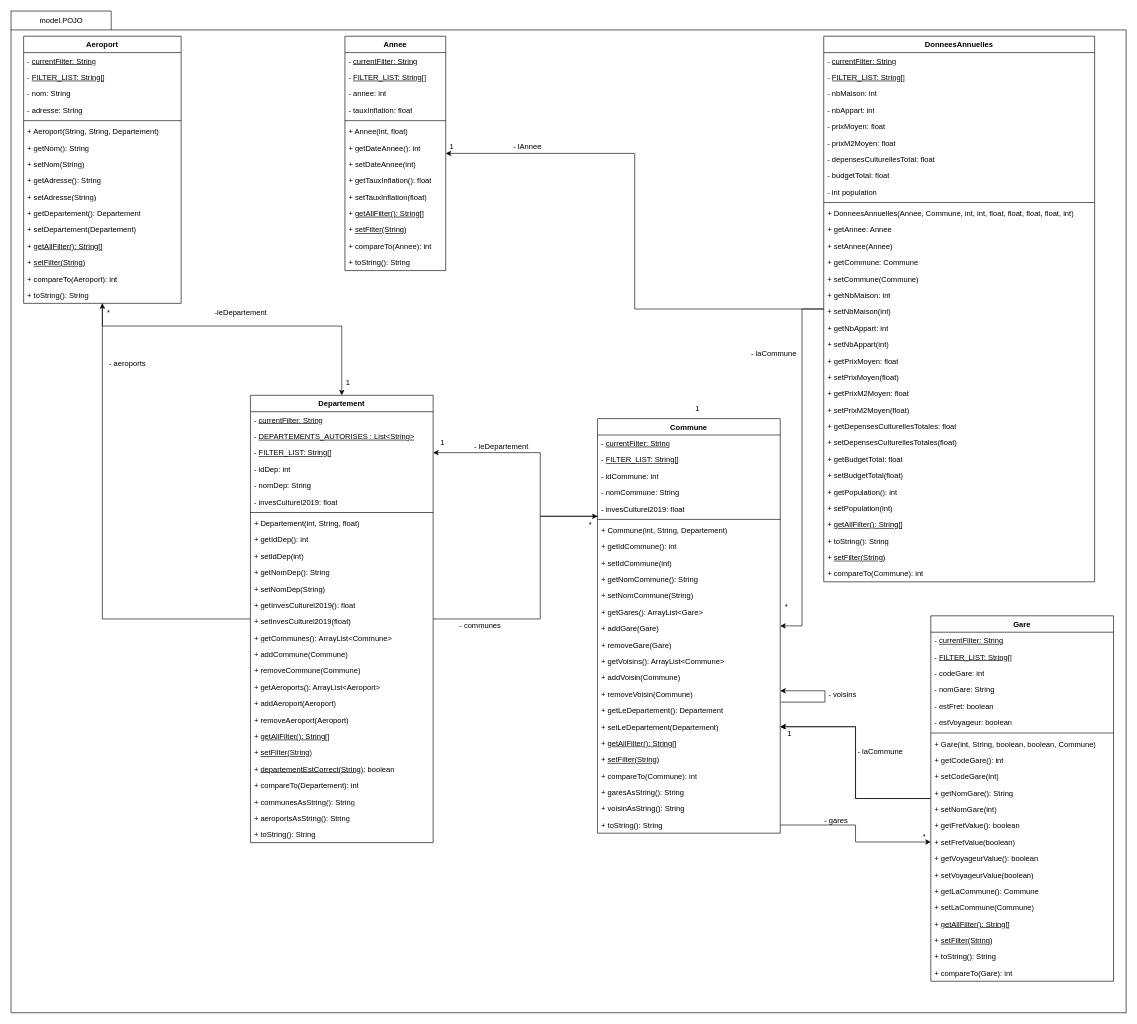
The draw.io diagram Java/UML/Diagramme de classe.drawio in xotakfr/communes-bretonnes, before the edit. Source tidied: cells renumbered, new cells numbered last; positions are measured from the earlier drawing's top-left corner, leaving out a move shared by most shapes. Both pictures are drawn from the tidied source at 63%, with x=0, y=0 at pixel (11, 11).
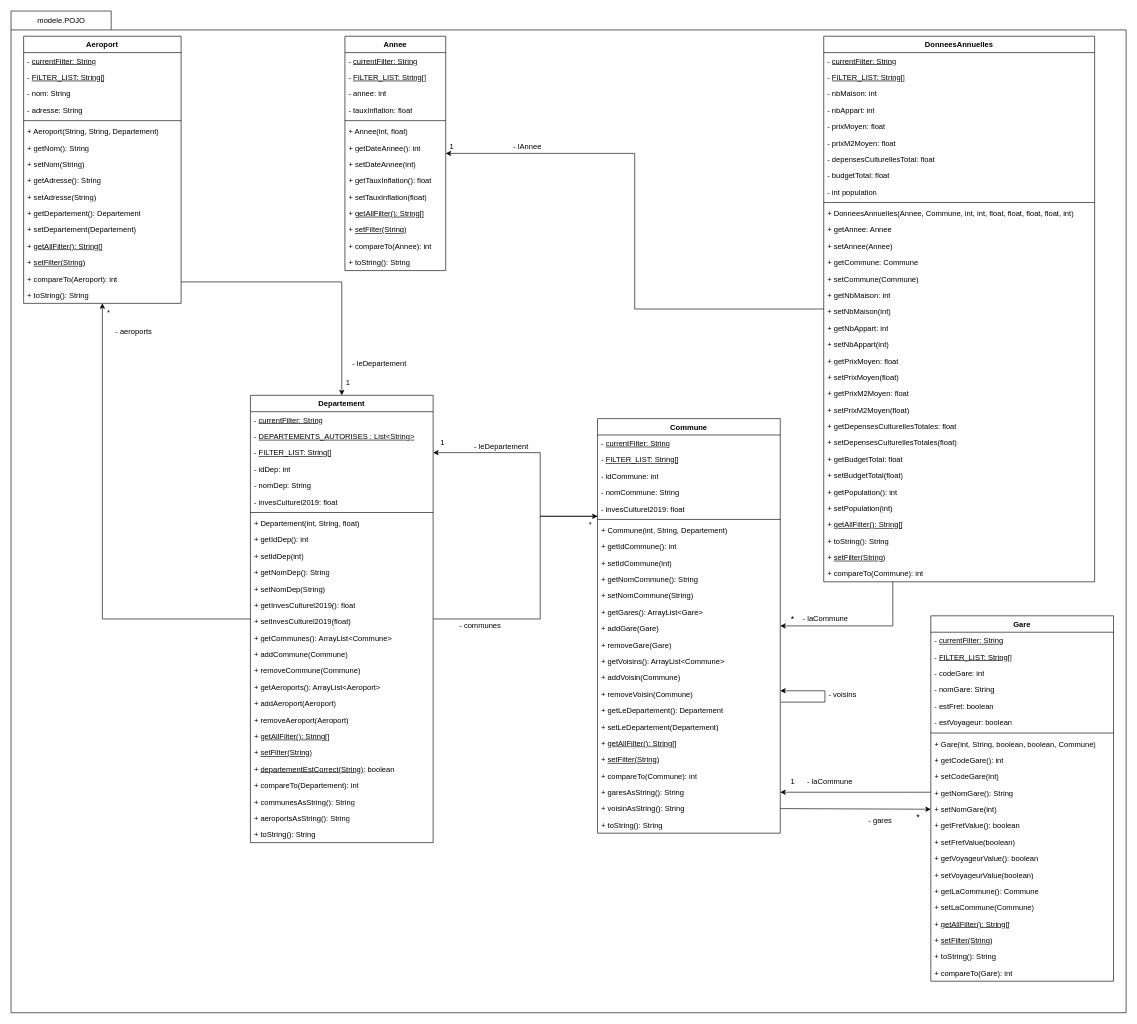
Above is the later version.

Unchanged cells that the change refers to:
```xml
<mxCell id="4" value="Aeroport" style="swimlane;fontStyle=1;align=center;verticalAlign=top;horizontal=1;startSize=26;whiteSpace=wrap;html=1;" parent="1" vertex="1">
  <mxGeometry x="20" y="40" width="250" height="424" as="geometry" />
</mxCell>
<mxCell id="38" value="Departement" style="swimlane;fontStyle=1;align=center;verticalAlign=top;horizontal=1;startSize=26;whiteSpace=wrap;html=1;" parent="1" vertex="1">
  <mxGeometry x="380" y="610" width="290" height="710" as="geometry" />
</mxCell>
<mxCell id="72" value="Gare" style="swimlane;fontStyle=1;align=center;verticalAlign=top;horizontal=1;startSize=26;whiteSpace=wrap;html=1;" parent="1" vertex="1">
  <mxGeometry x="1460" y="960" width="290" height="580" as="geometry" />
</mxCell>
<mxCell id="84" value="+ setNomGare(int)" style="text;strokeColor=none;fillColor=none;align=left;verticalAlign=top;spacingLeft=4;spacingRight=4;overflow=hidden;points=[[0,0.5],[1,0.5]];portConstraint=eastwest;whiteSpace=wrap;html=1;" parent="72" vertex="1">
  <mxGeometry y="294" width="290" height="26" as="geometry" />
</mxCell>
<mxCell id="86" value="+ setFretValue(boolean)" style="text;strokeColor=none;fillColor=none;align=left;verticalAlign=top;spacingLeft=4;spacingRight=4;overflow=hidden;points=[[0,0.5],[1,0.5]];portConstraint=eastwest;whiteSpace=wrap;html=1;" parent="72" vertex="1">
  <mxGeometry y="346" width="290" height="26" as="geometry" />
</mxCell>
<mxCell id="95" value="Commune" style="swimlane;fontStyle=1;align=center;verticalAlign=top;horizontal=1;startSize=26;whiteSpace=wrap;html=1;" parent="1" vertex="1">
  <mxGeometry x="931" y="647" width="290" height="658" as="geometry" />
</mxCell>
<mxCell id="114" value="+ setLeDepartement(Departement)" style="text;strokeColor=none;fillColor=none;align=left;verticalAlign=top;spacingLeft=4;spacingRight=4;overflow=hidden;points=[[0,0.5],[1,0.5]];portConstraint=eastwest;whiteSpace=wrap;html=1;" parent="95" vertex="1">
  <mxGeometry y="476" width="290" height="26" as="geometry" />
</mxCell>
<mxCell id="118" value="+ garesAsString(): String" style="text;strokeColor=none;fillColor=none;align=left;verticalAlign=top;spacingLeft=4;spacingRight=4;overflow=hidden;points=[[0,0.5],[1,0.5]];portConstraint=eastwest;whiteSpace=wrap;html=1;" parent="95" vertex="1">
  <mxGeometry y="580" width="290" height="26" as="geometry" />
</mxCell>
<mxCell id="119" value="+ voisinAsString(): String" style="text;strokeColor=none;fillColor=none;align=left;verticalAlign=top;spacingLeft=4;spacingRight=4;overflow=hidden;points=[[0,0.5],[1,0.5]];portConstraint=eastwest;whiteSpace=wrap;html=1;" parent="95" vertex="1">
  <mxGeometry y="606" width="290" height="26" as="geometry" />
</mxCell>
<mxCell id="120" value="+ toString(): String" style="text;strokeColor=none;fillColor=none;align=left;verticalAlign=top;spacingLeft=4;spacingRight=4;overflow=hidden;points=[[0,0.5],[1,0.5]];portConstraint=eastwest;whiteSpace=wrap;html=1;" parent="95" vertex="1">
  <mxGeometry y="632" width="290" height="26" as="geometry" />
</mxCell>
<mxCell id="135" value="DonneesAnnuelles" style="swimlane;fontStyle=1;align=center;verticalAlign=top;horizontal=1;startSize=26;whiteSpace=wrap;html=1;" parent="1" vertex="1">
  <mxGeometry x="1290" y="40" width="430" height="866" as="geometry" />
</mxCell>
<mxCell id="168" value="+ compareTo(Commune): int" style="text;strokeColor=none;fillColor=none;align=left;verticalAlign=top;spacingLeft=4;spacingRight=4;overflow=hidden;points=[[0,0.5],[1,0.5]];portConstraint=eastwest;whiteSpace=wrap;html=1;" parent="135" vertex="1">
  <mxGeometry y="840" width="430" height="26" as="geometry" />
</mxCell>
```

What changed in the source:
```diff
@@
     <mxCell id="3" style="edgeStyle=orthogonalEdgeStyle;rounded=0;jettySize=auto;html=1;" parent="1" edge="1" source="4" target="38">
       <mxGeometry relative="1" as="geometry">
         <Array as="points">
-          <mxPoint x="145" y="500" />
-          <mxPoint x="525" y="500" />
+          <mxPoint x="525" y="430" />
         </Array>
       </mxGeometry>
     </mxCell>
@@
-    <mxCell id="66" value="-leDepartement" style="text;html=1;align=center;verticalAlign=middle;whiteSpace=wrap;rounded=0;" parent="1" vertex="1">
-      <mxGeometry x="320" y="464" width="90" height="30" as="geometry" />
+    <mxCell id="66" value="- leDepartement" style="text;html=1;align=center;verticalAlign=middle;whiteSpace=wrap;rounded=0;" parent="1" vertex="1">
+      <mxGeometry x="540" y="545" width="90" height="30" as="geometry" />
     </mxCell>
@@
     <mxCell id="68" value="- aeroports" style="text;html=1;align=center;verticalAlign=middle;whiteSpace=wrap;rounded=0;" parent="1" vertex="1">
-      <mxGeometry x="150" y="545" width="70" height="30" as="geometry" />
+      <mxGeometry x="160" y="494" width="70" height="30" as="geometry" />
     </mxCell>
-    <mxCell id="69" style="edgeStyle=orthogonalEdgeStyle;rounded=0;jettySize=auto;html=1;entryX=1;entryY=0.5;entryDx=0;entryDy=0;" parent="1" edge="1" source="72" target="114">
-      <mxGeometry relative="1" as="geometry" />
-    </mxCell>
@@
-    <mxCell id="71" style="edgeStyle=orthogonalEdgeStyle;rounded=0;jettySize=auto;html=1;entryX=1;entryY=0.5;entryDx=0;entryDy=0;" parent="1" edge="1" source="72" target="114">
-      <mxGeometry relative="1" as="geometry" />
+    <mxCell id="71" style="edgeStyle=orthogonalEdgeStyle;rounded=0;jettySize=auto;html=1;entryX=1;entryY=0.5;entryDx=0;entryDy=0;" parent="1" edge="1" source="72" target="118">
+      <mxGeometry relative="1" as="geometry">
+        <Array as="points">
+          <mxPoint x="1430" y="1240" />
+          <mxPoint x="1430" y="1240" />
+        </Array>
+      </mxGeometry>
     </mxCell>
@@
     <mxCell id="121" value="1" style="text;html=1;align=center;verticalAlign=middle;whiteSpace=wrap;rounded=0;" parent="1" vertex="1">
-      <mxGeometry x="1231" y="1132" width="10" height="30" as="geometry" />
+      <mxGeometry x="1236" y="1208" width="10" height="30" as="geometry" />
     </mxCell>
@@
     <mxCell id="123" value="- laCommune" style="text;html=1;align=center;verticalAlign=middle;whiteSpace=wrap;rounded=0;" parent="1" vertex="1">
-      <mxGeometry x="1340" y="1162" width="80" height="28" as="geometry" />
+      <mxGeometry x="1260" y="1210" width="80" height="28" as="geometry" />
     </mxCell>
@@
-    <mxCell id="125" style="edgeStyle=orthogonalEdgeStyle;rounded=0;jettySize=auto;html=1;entryX=0;entryY=0.5;entryDx=0;entryDy=0;" parent="1" edge="1" source="120" target="86">
-      <mxGeometry relative="1" as="geometry" />
+    <mxCell id="125" style="edgeStyle=orthogonalEdgeStyle;rounded=0;jettySize=auto;html=1;entryX=0;entryY=0.5;entryDx=0;entryDy=0;exitX=1;exitY=0.5;exitDx=0;exitDy=0;" parent="1" edge="1" source="119" target="84">
+      <mxGeometry relative="1" as="geometry">
+        <Array as="points">
+          <mxPoint x="1460" y="1266" />
+        </Array>
+      </mxGeometry>
     </mxCell>
@@
     <mxCell id="127" value="- gares" style="text;html=1;align=center;verticalAlign=middle;whiteSpace=wrap;rounded=0;" parent="1" vertex="1">
-      <mxGeometry x="1280" y="1270" width="60" height="30" as="geometry" />
+      <mxGeometry x="1350" y="1270" width="60" height="30" as="geometry" />
     </mxCell>
@@
-    <mxCell id="129" value="*" style="text;html=1;align=center;verticalAlign=middle;whiteSpace=wrap;rounded=0;" parent="1" vertex="1">
-      <mxGeometry x="1440" y="1300" width="20" height="20" as="geometry" />
+    <mxCell id="129" value="&lt;font style=&quot;font-size: 14px;&quot;&gt;*&lt;/font&gt;" style="text;html=1;align=center;verticalAlign=middle;whiteSpace=wrap;rounded=0;" parent="1" vertex="1">
+      <mxGeometry x="1430" y="1270" width="20" height="20" as="geometry" />
     </mxCell>
-    <mxCell id="130" value="*" style="text;html=1;align=center;verticalAlign=middle;whiteSpace=wrap;rounded=0;" parent="1" vertex="1">
-      <mxGeometry x="1221" y="931" width="20" height="30" as="geometry" />
+    <mxCell id="130" value="&lt;font style=&quot;font-size: 14px;&quot;&gt;*&lt;/font&gt;" style="text;html=1;align=center;verticalAlign=middle;whiteSpace=wrap;rounded=0;" parent="1" vertex="1">
+      <mxGeometry x="1231" y="950" width="20" height="30" as="geometry" />
     </mxCell>
@@
-    <mxCell id="134" style="edgeStyle=orthogonalEdgeStyle;rounded=0;jettySize=auto;html=1;" parent="1" edge="1" source="135" target="95">
-      <mxGeometry relative="1" as="geometry" />
+    <mxCell id="134" style="edgeStyle=orthogonalEdgeStyle;rounded=0;jettySize=auto;html=1;exitX=0.255;exitY=0.989;exitDx=0;exitDy=0;exitPerimeter=0;" parent="1" edge="1" source="168">
+      <mxGeometry relative="1" as="geometry">
+        <mxPoint x="1221" y="976" as="targetPoint" />
+        <Array as="points">
+          <mxPoint x="1400" y="976" />
+        </Array>
+      </mxGeometry>
     </mxCell>
@@
     <mxCell id="170" value="- laCommune" style="text;strokeColor=none;fillColor=none;align=left;verticalAlign=top;spacingLeft=4;spacingRight=4;overflow=hidden;whiteSpace=wrap;html=1;" parent="1" vertex="1">
-      <mxGeometry x="1169" y="530" width="100" height="26" as="geometry" />
+      <mxGeometry x="1251" y="950" width="100" height="26" as="geometry" />
     </mxCell>
@@
-    <mxCell id="172" value="1" style="text;html=1;align=center;verticalAlign=middle;whiteSpace=wrap;rounded=0;" parent="1" vertex="1">
-      <mxGeometry x="1080" y="617" width="20" height="30" as="geometry" />
-    </mxCell>
@@
-    <mxCell id="174" value="model.POJO" style="text;html=1;align=center;verticalAlign=middle;whiteSpace=wrap;rounded=0;" parent="1" vertex="1">
+    <mxCell id="174" value="modele.POJO" style="text;html=1;align=center;verticalAlign=middle;whiteSpace=wrap;rounded=0;" parent="1" vertex="1">
       <mxGeometry x="50" width="60" height="30" as="geometry" />
     </mxCell>
```
